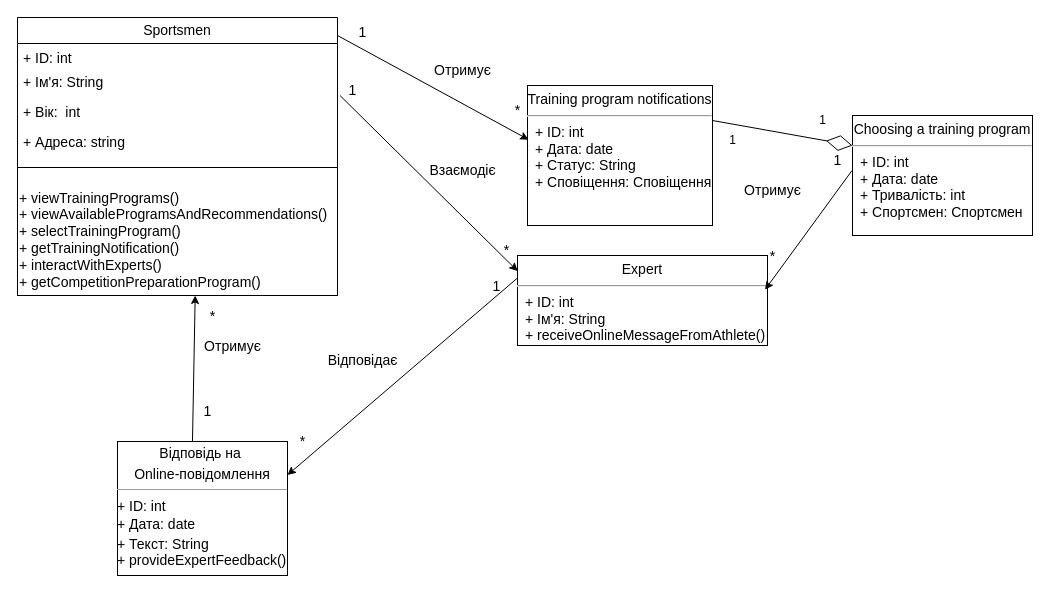
This is 2-SoftwareDesign/2.5-UMLProgramClasses/UML.Diagram.program.drawio from oleksandrblazhko/ai-212-socheslo, a draw.io file, before an edit. Source tidied: cells renumbered, new cells numbered last; positions are measured from the earlier drawing's top-left corner, leaving out a move shared by most shapes. Both pictures are drawn from the tidied source at 100%, with x=0, y=0 at pixel (17, 17).
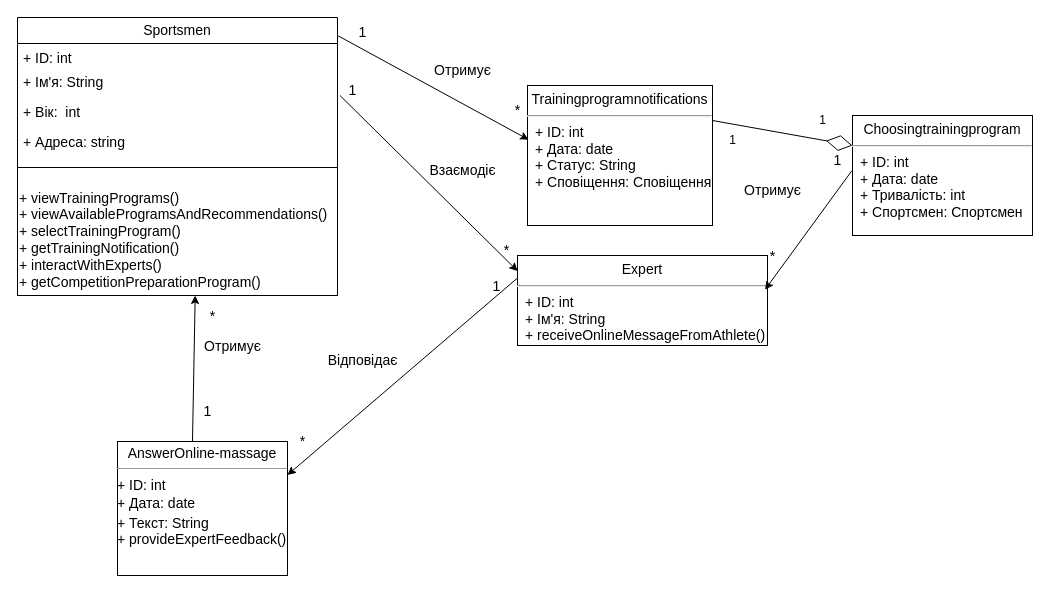
Above is the later version.

What changed in the source:
```diff
@@
-    <mxCell id="7" value="&lt;p style=&quot;margin: 6px 0px 0px; text-align: center; font-size: 14px;&quot;&gt;&lt;font style=&quot;font-size: 14px;&quot;&gt;Choosing a training program&lt;/font&gt;&lt;/p&gt;&lt;hr style=&quot;font-size: 14px;&quot;&gt;&lt;p style=&quot;margin: 0px 0px 0px 8px; font-size: 14px;&quot;&gt;&lt;font style=&quot;font-size: 14px;&quot;&gt;+ ID: int&lt;/font&gt;&lt;/p&gt;&lt;p style=&quot;margin: 0px 0px 0px 8px; font-size: 14px;&quot;&gt;&lt;font style=&quot;font-size: 14px;&quot;&gt;+ Дата: date&lt;br&gt;+ Тривалість: int&lt;/font&gt;&lt;/p&gt;&lt;p style=&quot;margin: 0px 0px 0px 8px; font-size: 14px;&quot;&gt;&lt;font style=&quot;font-size: 14px;&quot;&gt;+ Спортсмен: Спортсмен&lt;/font&gt;&lt;/p&gt;" style="align=left;overflow=fill;html=1;whiteSpace=wrap;" parent="1" vertex="1">
+    <mxCell id="7" value="&lt;p style=&quot;margin: 6px 0px 0px; text-align: center; font-size: 14px;&quot;&gt;&lt;font style=&quot;font-size: 14px;&quot;&gt;Choosingtrainingprogram&lt;/font&gt;&lt;/p&gt;&lt;hr style=&quot;font-size: 14px;&quot;&gt;&lt;p style=&quot;margin: 0px 0px 0px 8px; font-size: 14px;&quot;&gt;&lt;font style=&quot;font-size: 14px;&quot;&gt;+ ID: int&lt;/font&gt;&lt;/p&gt;&lt;p style=&quot;margin: 0px 0px 0px 8px; font-size: 14px;&quot;&gt;&lt;font style=&quot;font-size: 14px;&quot;&gt;+ Дата: date&lt;br&gt;+ Тривалість: int&lt;/font&gt;&lt;/p&gt;&lt;p style=&quot;margin: 0px 0px 0px 8px; font-size: 14px;&quot;&gt;&lt;font style=&quot;font-size: 14px;&quot;&gt;+ Спортсмен: Спортсмен&lt;/font&gt;&lt;/p&gt;" style="align=left;overflow=fill;html=1;whiteSpace=wrap;" parent="1" vertex="1">
       <mxGeometry x="835" y="98" width="180" height="120" as="geometry" />
     </mxCell>
@@
-    <mxCell id="10" value="&lt;p style=&quot;margin: 6px 0px 0px; text-align: center; font-size: 14px;&quot;&gt;&lt;font style=&quot;font-size: 14px;&quot;&gt;Training program notifications&lt;/font&gt;&lt;/p&gt;&lt;hr style=&quot;font-size: 14px;&quot;&gt;&lt;p style=&quot;margin: 0px 0px 0px 8px; font-size: 14px;&quot;&gt;&lt;font style=&quot;font-size: 14px;&quot;&gt;+ ID: int&lt;br&gt;&lt;/font&gt;&lt;/p&gt;&lt;p style=&quot;margin: 0px 0px 0px 8px; font-size: 14px;&quot;&gt;&lt;font style=&quot;font-size: 14px;&quot;&gt;+ Дата: date&lt;br&gt;+ Статус: String&lt;/font&gt;&lt;/p&gt;&lt;p style=&quot;margin: 0px 0px 0px 8px; font-size: 14px;&quot;&gt;&lt;font style=&quot;font-size: 14px;&quot;&gt;+ Сповіщення: Сповіщення&lt;/font&gt;&lt;/p&gt;" style="align=left;overflow=fill;html=1;whiteSpace=wrap;" parent="1" vertex="1">
+    <mxCell id="10" value="&lt;p style=&quot;margin: 6px 0px 0px; text-align: center; font-size: 14px;&quot;&gt;&lt;font style=&quot;font-size: 14px;&quot;&gt;Trainingprogramnotifications&lt;/font&gt;&lt;/p&gt;&lt;hr style=&quot;font-size: 14px;&quot;&gt;&lt;p style=&quot;margin: 0px 0px 0px 8px; font-size: 14px;&quot;&gt;&lt;font style=&quot;font-size: 14px;&quot;&gt;+ ID: int&lt;br&gt;&lt;/font&gt;&lt;/p&gt;&lt;p style=&quot;margin: 0px 0px 0px 8px; font-size: 14px;&quot;&gt;&lt;font style=&quot;font-size: 14px;&quot;&gt;+ Дата: date&lt;br&gt;+ Статус: String&lt;/font&gt;&lt;/p&gt;&lt;p style=&quot;margin: 0px 0px 0px 8px; font-size: 14px;&quot;&gt;&lt;font style=&quot;font-size: 14px;&quot;&gt;+ Сповіщення: Сповіщення&lt;/font&gt;&lt;/p&gt;" style="align=left;overflow=fill;html=1;whiteSpace=wrap;" parent="1" vertex="1">
       <mxGeometry x="510" y="68" width="185" height="140" as="geometry" />
     </mxCell>
@@
-    <mxCell id="21" value="&lt;p style=&quot;margin:0px;margin-top:4px;text-align:center;&quot;&gt;&lt;span style=&quot;font-size: 14px;&quot;&gt;Відповідь на&amp;nbsp;&lt;/span&gt;&lt;/p&gt;&lt;p style=&quot;margin:0px;margin-top:4px;text-align:center;&quot;&gt;&lt;font style=&quot;font-size: 14px;&quot;&gt;Online-повідомлення&lt;/font&gt;&lt;br&gt;&lt;/p&gt;&lt;hr size=&quot;1&quot;&gt;&lt;div style=&quot;height:2px;&quot;&gt;&amp;nbsp;&lt;/div&gt;&lt;div style=&quot;height:2px;&quot;&gt;&lt;font style=&quot;font-size: 14px;&quot;&gt;+ ID: int&lt;/font&gt;&lt;/div&gt;&lt;div style=&quot;height:2px;&quot;&gt;&lt;font style=&quot;font-size: 14px;&quot;&gt;&lt;br&gt;&lt;/font&gt;&lt;/div&gt;&lt;div style=&quot;height:2px;&quot;&gt;&lt;font style=&quot;font-size: 14px;&quot;&gt;&lt;br&gt;&lt;/font&gt;&lt;/div&gt;&lt;div style=&quot;height:2px;&quot;&gt;&lt;font style=&quot;font-size: 14px;&quot;&gt;&lt;br&gt;&lt;/font&gt;&lt;/div&gt;&lt;div style=&quot;height:2px;&quot;&gt;&lt;br&gt;&lt;/div&gt;&lt;div style=&quot;height:2px;&quot;&gt;&lt;br&gt;&lt;/div&gt;&lt;div style=&quot;height:2px;&quot;&gt;&lt;font style=&quot;font-size: 14px;&quot;&gt;&lt;br&gt;&lt;/font&gt;&lt;/div&gt;&lt;div style=&quot;height:2px;&quot;&gt;&lt;font style=&quot;font-size: 14px;&quot;&gt;&lt;br&gt;&lt;/font&gt;&lt;/div&gt;&lt;div style=&quot;height:2px;&quot;&gt;&lt;font style=&quot;font-size: 14px;&quot;&gt;&lt;br&gt;&lt;/font&gt;&lt;/div&gt;&lt;div style=&quot;height:2px;&quot;&gt;&lt;font style=&quot;font-size: 14px;&quot;&gt;+ Дата: date&lt;/font&gt;&lt;/div&gt;&lt;div style=&quot;height:2px;&quot;&gt;&lt;font style=&quot;font-size: 14px;&quot;&gt;&lt;br&gt;&lt;/font&gt;&lt;/div&gt;&lt;div style=&quot;height:2px;&quot;&gt;&lt;font style=&quot;font-size: 14px;&quot;&gt;&lt;br&gt;&lt;/font&gt;&lt;/div&gt;&lt;div style=&quot;height:2px;&quot;&gt;&lt;font style=&quot;font-size: 14px;&quot;&gt;&lt;br&gt;&lt;/font&gt;&lt;/div&gt;&lt;div style=&quot;height:2px;&quot;&gt;&lt;font style=&quot;font-size: 14px;&quot;&gt;&lt;br&gt;&lt;/font&gt;&lt;/div&gt;&lt;div style=&quot;height:2px;&quot;&gt;&lt;font style=&quot;font-size: 14px;&quot;&gt;&lt;br&gt;&lt;/font&gt;&lt;/div&gt;&lt;div style=&quot;height:2px;&quot;&gt;&lt;font style=&quot;font-size: 14px;&quot;&gt;&lt;br&gt;&lt;/font&gt;&lt;/div&gt;&lt;div style=&quot;height:2px;&quot;&gt;&lt;font style=&quot;font-size: 14px;&quot;&gt;&lt;br&gt;&lt;/font&gt;&lt;/div&gt;&lt;div style=&quot;height:2px;&quot;&gt;&lt;font style=&quot;font-size: 14px;&quot;&gt;&lt;br&gt;&lt;/font&gt;&lt;/div&gt;&lt;div style=&quot;height:2px;&quot;&gt;&lt;font style=&quot;font-size: 14px;&quot;&gt;&lt;br&gt;&lt;/font&gt;&lt;/div&gt;&lt;div style=&quot;height:2px;&quot;&gt;&lt;font style=&quot;font-size: 14px;&quot;&gt;+ Текст: String&lt;/font&gt;&lt;/div&gt;&lt;div style=&quot;height:2px;&quot;&gt;&lt;font style=&quot;font-size: 14px;&quot;&gt;&lt;br&gt;&lt;/font&gt;&lt;/div&gt;&lt;div style=&quot;height:2px;&quot;&gt;&lt;font style=&quot;font-size: 14px;&quot;&gt;&lt;br&gt;&lt;/font&gt;&lt;/div&gt;&lt;div style=&quot;height:2px;&quot;&gt;&lt;font style=&quot;font-size: 14px;&quot;&gt;&lt;br&gt;&lt;/font&gt;&lt;/div&gt;&lt;div style=&quot;height:2px;&quot;&gt;&lt;font style=&quot;font-size: 14px;&quot;&gt;&lt;br&gt;&lt;/font&gt;&lt;/div&gt;&lt;div style=&quot;height:2px;&quot;&gt;&lt;font style=&quot;font-size: 14px;&quot;&gt;&lt;br&gt;&lt;/font&gt;&lt;/div&gt;&lt;div style=&quot;height:2px;&quot;&gt;&lt;font style=&quot;font-size: 14px;&quot;&gt;&lt;br&gt;&lt;/font&gt;&lt;/div&gt;&lt;div style=&quot;height:2px;&quot;&gt;&lt;font style=&quot;font-size: 14px;&quot;&gt;&lt;br&gt;&lt;/font&gt;&lt;/div&gt;&lt;div style=&quot;height:2px;&quot;&gt;&lt;font style=&quot;font-size: 14px;&quot;&gt;+ provideExpertFeedback()&lt;/font&gt;&lt;/div&gt;" style="verticalAlign=top;align=left;overflow=fill;fontSize=12;fontFamily=Helvetica;html=1;whiteSpace=wrap;" parent="1" vertex="1">
+    <mxCell id="21" value="&lt;p style=&quot;margin:0px;margin-top:4px;text-align:center;&quot;&gt;&lt;span style=&quot;font-size: 14px;&quot;&gt;AnswerOnline-massage&lt;/span&gt;&lt;/p&gt;&lt;hr size=&quot;1&quot;&gt;&lt;div style=&quot;height:2px;&quot;&gt;&amp;nbsp;&lt;/div&gt;&lt;div style=&quot;height:2px;&quot;&gt;&lt;font style=&quot;font-size: 14px;&quot;&gt;+ ID: int&lt;/font&gt;&lt;/div&gt;&lt;div style=&quot;height:2px;&quot;&gt;&lt;font style=&quot;font-size: 14px;&quot;&gt;&lt;br&gt;&lt;/font&gt;&lt;/div&gt;&lt;div style=&quot;height:2px;&quot;&gt;&lt;font style=&quot;font-size: 14px;&quot;&gt;&lt;br&gt;&lt;/font&gt;&lt;/div&gt;&lt;div style=&quot;height:2px;&quot;&gt;&lt;font style=&quot;font-size: 14px;&quot;&gt;&lt;br&gt;&lt;/font&gt;&lt;/div&gt;&lt;div style=&quot;height:2px;&quot;&gt;&lt;br&gt;&lt;/div&gt;&lt;div style=&quot;height:2px;&quot;&gt;&lt;br&gt;&lt;/div&gt;&lt;div style=&quot;height:2px;&quot;&gt;&lt;font style=&quot;font-size: 14px;&quot;&gt;&lt;br&gt;&lt;/font&gt;&lt;/div&gt;&lt;div style=&quot;height:2px;&quot;&gt;&lt;font style=&quot;font-size: 14px;&quot;&gt;&lt;br&gt;&lt;/font&gt;&lt;/div&gt;&lt;div style=&quot;height:2px;&quot;&gt;&lt;font style=&quot;font-size: 14px;&quot;&gt;&lt;br&gt;&lt;/font&gt;&lt;/div&gt;&lt;div style=&quot;height:2px;&quot;&gt;&lt;font style=&quot;font-size: 14px;&quot;&gt;+ Дата: date&lt;/font&gt;&lt;/div&gt;&lt;div style=&quot;height:2px;&quot;&gt;&lt;font style=&quot;font-size: 14px;&quot;&gt;&lt;br&gt;&lt;/font&gt;&lt;/div&gt;&lt;div style=&quot;height:2px;&quot;&gt;&lt;font style=&quot;font-size: 14px;&quot;&gt;&lt;br&gt;&lt;/font&gt;&lt;/div&gt;&lt;div style=&quot;height:2px;&quot;&gt;&lt;font style=&quot;font-size: 14px;&quot;&gt;&lt;br&gt;&lt;/font&gt;&lt;/div&gt;&lt;div style=&quot;height:2px;&quot;&gt;&lt;font style=&quot;font-size: 14px;&quot;&gt;&lt;br&gt;&lt;/font&gt;&lt;/div&gt;&lt;div style=&quot;height:2px;&quot;&gt;&lt;font style=&quot;font-size: 14px;&quot;&gt;&lt;br&gt;&lt;/font&gt;&lt;/div&gt;&lt;div style=&quot;height:2px;&quot;&gt;&lt;font style=&quot;font-size: 14px;&quot;&gt;&lt;br&gt;&lt;/font&gt;&lt;/div&gt;&lt;div style=&quot;height:2px;&quot;&gt;&lt;font style=&quot;font-size: 14px;&quot;&gt;&lt;br&gt;&lt;/font&gt;&lt;/div&gt;&lt;div style=&quot;height:2px;&quot;&gt;&lt;font style=&quot;font-size: 14px;&quot;&gt;&lt;br&gt;&lt;/font&gt;&lt;/div&gt;&lt;div style=&quot;height:2px;&quot;&gt;&lt;font style=&quot;font-size: 14px;&quot;&gt;&lt;br&gt;&lt;/font&gt;&lt;/div&gt;&lt;div style=&quot;height:2px;&quot;&gt;&lt;font style=&quot;font-size: 14px;&quot;&gt;+ Текст: String&lt;/font&gt;&lt;/div&gt;&lt;div style=&quot;height:2px;&quot;&gt;&lt;font style=&quot;font-size: 14px;&quot;&gt;&lt;br&gt;&lt;/font&gt;&lt;/div&gt;&lt;div style=&quot;height:2px;&quot;&gt;&lt;font style=&quot;font-size: 14px;&quot;&gt;&lt;br&gt;&lt;/font&gt;&lt;/div&gt;&lt;div style=&quot;height:2px;&quot;&gt;&lt;font style=&quot;font-size: 14px;&quot;&gt;&lt;br&gt;&lt;/font&gt;&lt;/div&gt;&lt;div style=&quot;height:2px;&quot;&gt;&lt;font style=&quot;font-size: 14px;&quot;&gt;&lt;br&gt;&lt;/font&gt;&lt;/div&gt;&lt;div style=&quot;height:2px;&quot;&gt;&lt;font style=&quot;font-size: 14px;&quot;&gt;&lt;br&gt;&lt;/font&gt;&lt;/div&gt;&lt;div style=&quot;height:2px;&quot;&gt;&lt;font style=&quot;font-size: 14px;&quot;&gt;&lt;br&gt;&lt;/font&gt;&lt;/div&gt;&lt;div style=&quot;height:2px;&quot;&gt;&lt;font style=&quot;font-size: 14px;&quot;&gt;&lt;br&gt;&lt;/font&gt;&lt;/div&gt;&lt;div style=&quot;height:2px;&quot;&gt;&lt;font style=&quot;font-size: 14px;&quot;&gt;+ provideExpertFeedback()&lt;/font&gt;&lt;/div&gt;" style="verticalAlign=top;align=left;overflow=fill;fontSize=12;fontFamily=Helvetica;html=1;whiteSpace=wrap;" parent="1" vertex="1">
       <mxGeometry x="100" y="424" width="170" height="134" as="geometry" />
     </mxCell>
```
